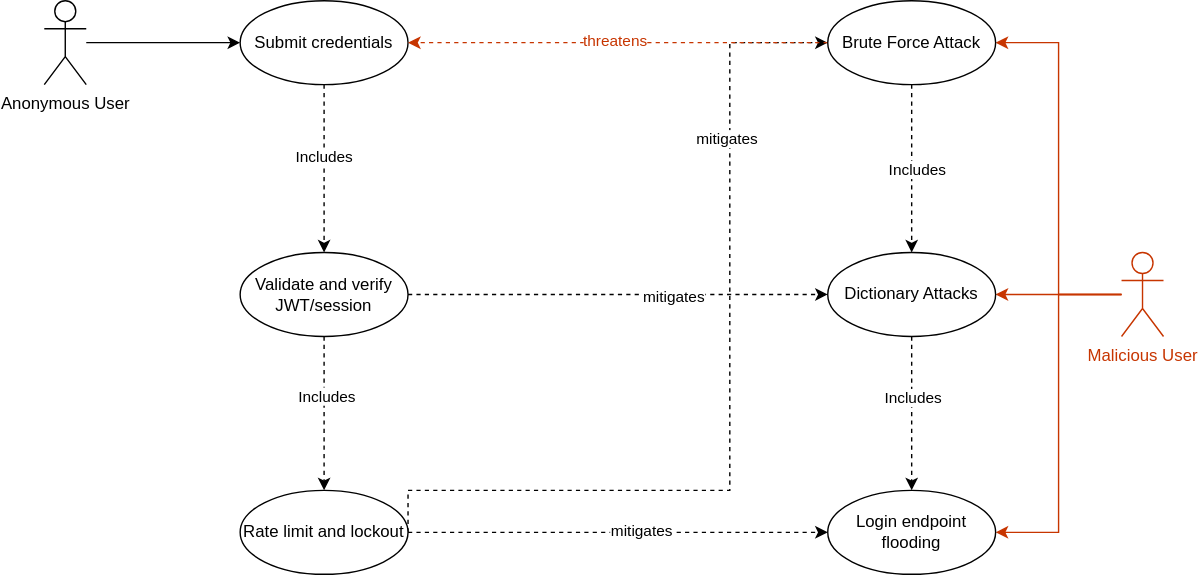
mei-desofs/desofs2026-thu_crr_1 keeps this draw.io diagram as docs/abuse-cases/diogo1221223/images/User_Login-v2.drawio.svg. Above is the earlier version. Source tidied: cells renumbered, new cells last; positions are measured from the earlier drawing's top-left corner, leaving out a move shared by most shapes. Source of this version:
```xml
<mxGraphModel>
  <root>
    <mxCell id="0" />
    <mxCell id="1" parent="0" />
    <mxCell id="2" style="edgeStyle=orthogonalEdgeStyle;rounded=0;jettySize=auto;html=1;" parent="1" edge="1" source="3" target="10">
      <mxGeometry relative="1" as="geometry" />
    </mxCell>
    <mxCell id="3" value="Anonymous User" style="shape=umlActor;verticalLabelPosition=bottom;verticalAlign=top;html=1;outlineConnect=0;" parent="1" vertex="1">
      <mxGeometry width="30" height="60" as="geometry" />
    </mxCell>
    <mxCell id="4" style="edgeStyle=orthogonalEdgeStyle;rounded=0;jettySize=auto;html=1;strokeColor=light-dark(#C73500,#FF0000);" parent="1" edge="1" source="7" target="18">
      <mxGeometry relative="1" as="geometry" />
    </mxCell>
    <mxCell id="5" style="edgeStyle=orthogonalEdgeStyle;rounded=0;jettySize=auto;html=1;entryX=1;entryY=0.5;entryDx=0;entryDy=0;strokeColor=light-dark(#C73500,#FF0000);" parent="1" edge="1" source="7" target="29">
      <mxGeometry relative="1" as="geometry" />
    </mxCell>
    <mxCell id="6" style="edgeStyle=orthogonalEdgeStyle;rounded=0;jettySize=auto;html=1;entryX=1;entryY=0.5;entryDx=0;entryDy=0;strokeColor=light-dark(#C73500,#FF0000);" parent="1" edge="1" source="7" target="19">
      <mxGeometry relative="1" as="geometry" />
    </mxCell>
    <mxCell id="7" value="Malicious User" style="shape=umlActor;verticalLabelPosition=bottom;verticalAlign=top;html=1;outlineConnect=0;strokeColor=light-dark(#C73500,#FF0000);fontColor=light-dark(#C73500,#FF0000);" parent="1" vertex="1">
      <mxGeometry x="770" y="180" width="30" height="60" as="geometry" />
    </mxCell>
    <mxCell id="8" style="edgeStyle=orthogonalEdgeStyle;rounded=0;jettySize=auto;html=1;dashed=1;entryX=0.5;entryY=0;entryDx=0;entryDy=0;" parent="1" edge="1" source="10" target="11">
      <mxGeometry relative="1" as="geometry" />
    </mxCell>
    <mxCell id="9" value="Includes" style="edgeLabel;html=1;align=center;verticalAlign=middle;" parent="8" vertex="1">
      <mxGeometry x="-0.14" relative="1" as="geometry" />
    </mxCell>
    <mxCell id="10" value="Submit credentials" style="ellipse;whiteSpace=wrap;html=1;fillColor=light-dark(#FFFFFF,#3399FF);strokeColor=light-dark(#000000,#000000);fontColor=light-dark(#000000,#000000);" parent="1" vertex="1">
      <mxGeometry x="140" width="120" height="60" as="geometry" />
    </mxCell>
    <mxCell id="11" value="Validate and verify JWT/session" style="ellipse;whiteSpace=wrap;html=1;fillColor=light-dark(#FFFFFF,#3399FF);strokeColor=light-dark(#000000,#000000);fontColor=light-dark(#000000,#000000);" parent="1" vertex="1">
      <mxGeometry x="140" y="180" width="120" height="60" as="geometry" />
    </mxCell>
    <mxCell id="12" style="edgeStyle=orthogonalEdgeStyle;rounded=0;jettySize=auto;html=1;dashed=1;entryX=0.5;entryY=0;entryDx=0;entryDy=0;exitX=0.5;exitY=1;exitDx=0;exitDy=0;" parent="1" edge="1" source="11" target="24">
      <mxGeometry relative="1" as="geometry" />
    </mxCell>
    <mxCell id="13" value="Includes" style="edgeLabel;html=1;align=center;verticalAlign=middle;" parent="12" vertex="1">
      <mxGeometry x="-0.23" y="2" relative="1" as="geometry" />
    </mxCell>
    <mxCell id="14" style="edgeStyle=orthogonalEdgeStyle;rounded=0;jettySize=auto;html=1;entryX=0;entryY=0.5;entryDx=0;entryDy=0;dashed=1;exitX=1;exitY=0.5;exitDx=0;exitDy=0;" parent="1" edge="1" source="24" target="19">
      <mxGeometry relative="1" as="geometry">
        <Array as="points">
          <mxPoint x="300" y="380" />
          <mxPoint x="300" y="380" />
        </Array>
      </mxGeometry>
    </mxCell>
    <mxCell id="15" value="mitigates" style="edgeLabel;html=1;align=center;verticalAlign=middle;" parent="14" vertex="1">
      <mxGeometry x="0.11" y="1" relative="1" as="geometry" />
    </mxCell>
    <mxCell id="16" style="edgeStyle=orthogonalEdgeStyle;rounded=0;jettySize=auto;html=1;dashed=1;" parent="1" edge="1" source="18" target="19">
      <mxGeometry relative="1" as="geometry" />
    </mxCell>
    <mxCell id="17" value="Includes" style="edgeLabel;html=1;align=center;verticalAlign=middle;" parent="16" vertex="1">
      <mxGeometry x="-0.2" y="1" relative="1" as="geometry" />
    </mxCell>
    <mxCell id="18" value="Dictionary Attacks" style="ellipse;whiteSpace=wrap;html=1;fillColor=light-dark(#FFFFFF,#CDA2BE);strokeColor=light-dark(#000000,#000000);fontColor=light-dark(#000000,#000000);" parent="1" vertex="1">
      <mxGeometry x="560" y="180" width="120" height="60" as="geometry" />
    </mxCell>
    <mxCell id="19" value="Login endpoint flooding" style="ellipse;whiteSpace=wrap;html=1;fillColor=light-dark(#FFFFFF,#CDA2BE);strokeColor=light-dark(#000000,#000000);fontColor=light-dark(#000000,#000000);" parent="1" vertex="1">
      <mxGeometry x="560" y="350" width="120" height="60" as="geometry" />
    </mxCell>
    <mxCell id="20" style="edgeStyle=orthogonalEdgeStyle;rounded=0;jettySize=auto;html=1;entryX=0;entryY=0.5;entryDx=0;entryDy=0;exitX=1;exitY=0.5;exitDx=0;exitDy=0;dashed=1;" parent="1" edge="1" source="11" target="18">
      <mxGeometry relative="1" as="geometry">
        <Array as="points">
          <mxPoint x="360" y="210" />
          <mxPoint x="360" y="210" />
        </Array>
      </mxGeometry>
    </mxCell>
    <mxCell id="21" value="mitigates" style="edgeLabel;html=1;align=center;verticalAlign=middle;" parent="20" vertex="1">
      <mxGeometry x="0.27" y="-2" relative="1" as="geometry" />
    </mxCell>
    <mxCell id="22" style="edgeStyle=orthogonalEdgeStyle;rounded=0;jettySize=auto;html=1;entryX=0;entryY=0.5;entryDx=0;entryDy=0;dashed=1;" parent="1" edge="1" target="29">
      <mxGeometry relative="1" as="geometry">
        <mxPoint x="260" y="380" as="sourcePoint" />
        <Array as="points">
          <mxPoint x="490" y="350" />
          <mxPoint x="490" y="30" />
        </Array>
      </mxGeometry>
    </mxCell>
    <mxCell id="23" value="mitigates" style="edgeLabel;html=1;align=center;verticalAlign=middle;" parent="22" vertex="1">
      <mxGeometry x="0.57" y="2" relative="1" as="geometry" />
    </mxCell>
    <mxCell id="24" value="Rate limit and lockout" style="ellipse;whiteSpace=wrap;html=1;fillColor=light-dark(#FFFFFF,#3399FF);strokeColor=light-dark(#000000,#000000);fontColor=light-dark(#000000,#000000);" parent="1" vertex="1">
      <mxGeometry x="140" y="350" width="120" height="60" as="geometry" />
    </mxCell>
    <mxCell id="25" style="edgeStyle=orthogonalEdgeStyle;rounded=0;jettySize=auto;html=1;dashed=1;" parent="1" edge="1" source="29" target="18">
      <mxGeometry relative="1" as="geometry" />
    </mxCell>
    <mxCell id="26" value="Includes" style="edgeLabel;html=1;align=center;verticalAlign=middle;" parent="25" vertex="1">
      <mxGeometry x="0.02" y="4" relative="1" as="geometry" />
    </mxCell>
    <mxCell id="27" style="edgeStyle=orthogonalEdgeStyle;rounded=0;jettySize=auto;html=1;entryX=1;entryY=0.5;entryDx=0;entryDy=0;dashed=1;strokeColor=light-dark(#C73500,#FF0000);" parent="1" edge="1" source="29" target="10">
      <mxGeometry relative="1" as="geometry" />
    </mxCell>
    <mxCell id="28" value="threatens" style="edgeLabel;html=1;align=center;verticalAlign=middle;fontColor=light-dark(#C73500,#FF0000);" parent="27" vertex="1">
      <mxGeometry x="0.01" y="-1" relative="1" as="geometry" />
    </mxCell>
    <mxCell id="29" value="Brute Force Attack" style="ellipse;whiteSpace=wrap;html=1;fillColor=light-dark(#FFFFFF,#CDA2BE);strokeColor=light-dark(#000000,#000000);fontColor=light-dark(#000000,#000000);" parent="1" vertex="1">
      <mxGeometry x="560" width="120" height="60" as="geometry" />
    </mxCell>
  </root>
</mxGraphModel>
```
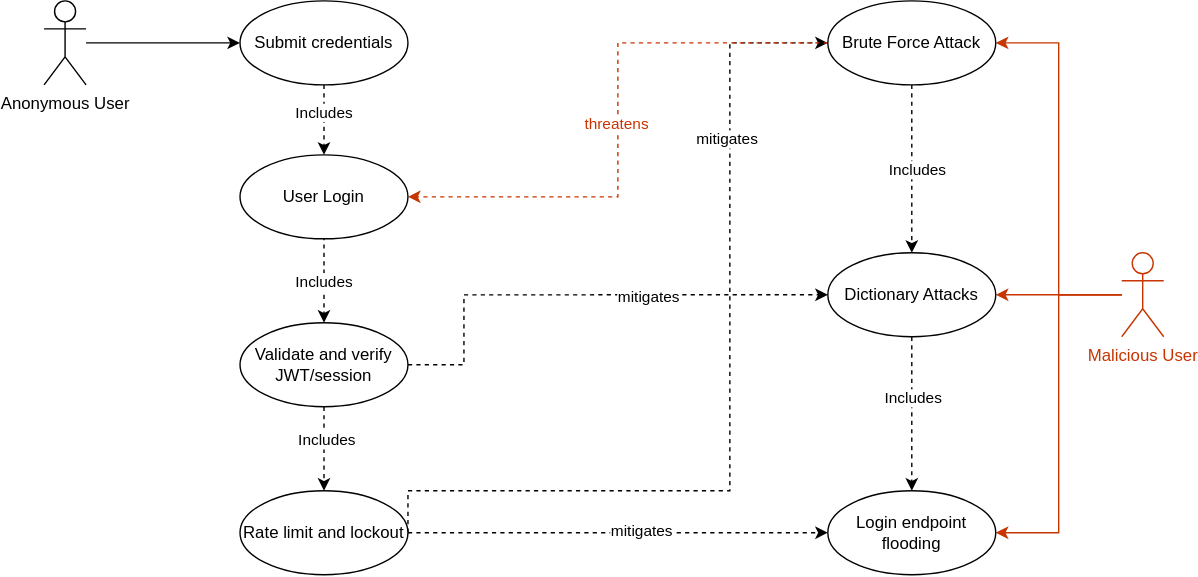
Later version of the same file.

Commit message:
fix: abuse cases (#59)

The edit, as a diff of the source:
```diff
@@ -20,17 +20,21 @@
     <mxCell id="7" value="Malicious User" style="shape=umlActor;verticalLabelPosition=bottom;verticalAlign=top;html=1;outlineConnect=0;strokeColor=light-dark(#C73500,#FF0000);fontColor=light-dark(#C73500,#FF0000);" parent="1" vertex="1">
       <mxGeometry x="770" y="180" width="30" height="60" as="geometry" />
     </mxCell>
-    <mxCell id="8" style="edgeStyle=orthogonalEdgeStyle;rounded=0;jettySize=auto;html=1;dashed=1;entryX=0.5;entryY=0;entryDx=0;entryDy=0;" parent="1" edge="1" source="10" target="11">
-      <mxGeometry relative="1" as="geometry" />
+    <mxCell id="8" style="edgeStyle=orthogonalEdgeStyle;rounded=0;jettySize=auto;html=1;dashed=1;entryX=0.5;entryY=0;entryDx=0;entryDy=0;" parent="1" edge="1" target="11">
+      <mxGeometry relative="1" as="geometry">
+        <mxPoint x="200" y="150" as="sourcePoint" />
+      </mxGeometry>
     </mxCell>
     <mxCell id="9" value="Includes" style="edgeLabel;html=1;align=center;verticalAlign=middle;" parent="8" vertex="1">
-      <mxGeometry x="-0.14" relative="1" as="geometry" />
+      <mxGeometry x="-0.14" relative="1" as="geometry">
+        <mxPoint y="16" as="offset" />
+      </mxGeometry>
     </mxCell>
     <mxCell id="10" value="Submit credentials" style="ellipse;whiteSpace=wrap;html=1;fillColor=light-dark(#FFFFFF,#3399FF);strokeColor=light-dark(#000000,#000000);fontColor=light-dark(#000000,#000000);" parent="1" vertex="1">
       <mxGeometry x="140" width="120" height="60" as="geometry" />
     </mxCell>
     <mxCell id="11" value="Validate and verify JWT/session" style="ellipse;whiteSpace=wrap;html=1;fillColor=light-dark(#FFFFFF,#3399FF);strokeColor=light-dark(#000000,#000000);fontColor=light-dark(#000000,#000000);" parent="1" vertex="1">
-      <mxGeometry x="140" y="180" width="120" height="60" as="geometry" />
+      <mxGeometry x="140" y="230" width="120" height="60" as="geometry" />
     </mxCell>
     <mxCell id="12" style="edgeStyle=orthogonalEdgeStyle;rounded=0;jettySize=auto;html=1;dashed=1;entryX=0.5;entryY=0;entryDx=0;entryDy=0;exitX=0.5;exitY=1;exitDx=0;exitDy=0;" parent="1" edge="1" source="11" target="24">
       <mxGeometry relative="1" as="geometry" />
@@ -64,8 +68,8 @@
     <mxCell id="20" style="edgeStyle=orthogonalEdgeStyle;rounded=0;jettySize=auto;html=1;entryX=0;entryY=0.5;entryDx=0;entryDy=0;exitX=1;exitY=0.5;exitDx=0;exitDy=0;dashed=1;" parent="1" edge="1" source="11" target="18">
       <mxGeometry relative="1" as="geometry">
         <Array as="points">
-          <mxPoint x="360" y="210" />
-          <mxPoint x="360" y="210" />
+          <mxPoint x="300" y="260" />
+          <mxPoint x="300" y="210" />
         </Array>
       </mxGeometry>
     </mxCell>
@@ -93,7 +97,7 @@
     <mxCell id="26" value="Includes" style="edgeLabel;html=1;align=center;verticalAlign=middle;" parent="25" vertex="1">
       <mxGeometry x="0.02" y="4" relative="1" as="geometry" />
     </mxCell>
-    <mxCell id="27" style="edgeStyle=orthogonalEdgeStyle;rounded=0;jettySize=auto;html=1;entryX=1;entryY=0.5;entryDx=0;entryDy=0;dashed=1;strokeColor=light-dark(#C73500,#FF0000);" parent="1" edge="1" source="29" target="10">
+    <mxCell id="27" style="edgeStyle=orthogonalEdgeStyle;rounded=0;jettySize=auto;html=1;entryX=1;entryY=0.5;entryDx=0;entryDy=0;dashed=1;strokeColor=light-dark(#C73500,#FF0000);" parent="1" edge="1" source="29" target="30">
       <mxGeometry relative="1" as="geometry" />
     </mxCell>
     <mxCell id="28" value="threatens" style="edgeLabel;html=1;align=center;verticalAlign=middle;fontColor=light-dark(#C73500,#FF0000);" parent="27" vertex="1">
@@ -102,5 +106,16 @@
     <mxCell id="29" value="Brute Force Attack" style="ellipse;whiteSpace=wrap;html=1;fillColor=light-dark(#FFFFFF,#CDA2BE);strokeColor=light-dark(#000000,#000000);fontColor=light-dark(#000000,#000000);" parent="1" vertex="1">
       <mxGeometry x="560" width="120" height="60" as="geometry" />
     </mxCell>
+    <mxCell id="30" value="&lt;div&gt;User Login&lt;/div&gt;" style="ellipse;whiteSpace=wrap;html=1;fillColor=light-dark(#FFFFFF,#3399FF);strokeColor=light-dark(#000000,#000000);fontColor=light-dark(#000000,#000000);" parent="1" vertex="1">
+      <mxGeometry x="140" y="110" width="120" height="60" as="geometry" />
+    </mxCell>
+    <mxCell id="31" style="edgeStyle=orthogonalEdgeStyle;rounded=0;jettySize=auto;html=1;entryX=0.5;entryY=0;entryDx=0;entryDy=0;dashed=1;" parent="1" edge="1" source="10" target="30">
+      <mxGeometry relative="1" as="geometry" />
+    </mxCell>
+    <mxCell id="32" value="Includes" style="edgeLabel;html=1;align=center;verticalAlign=middle;" parent="31" vertex="1">
+      <mxGeometry x="0.33" y="-1" relative="1" as="geometry">
+        <mxPoint x="1" y="-13" as="offset" />
+      </mxGeometry>
+    </mxCell>
   </root>
 </mxGraphModel>
```
